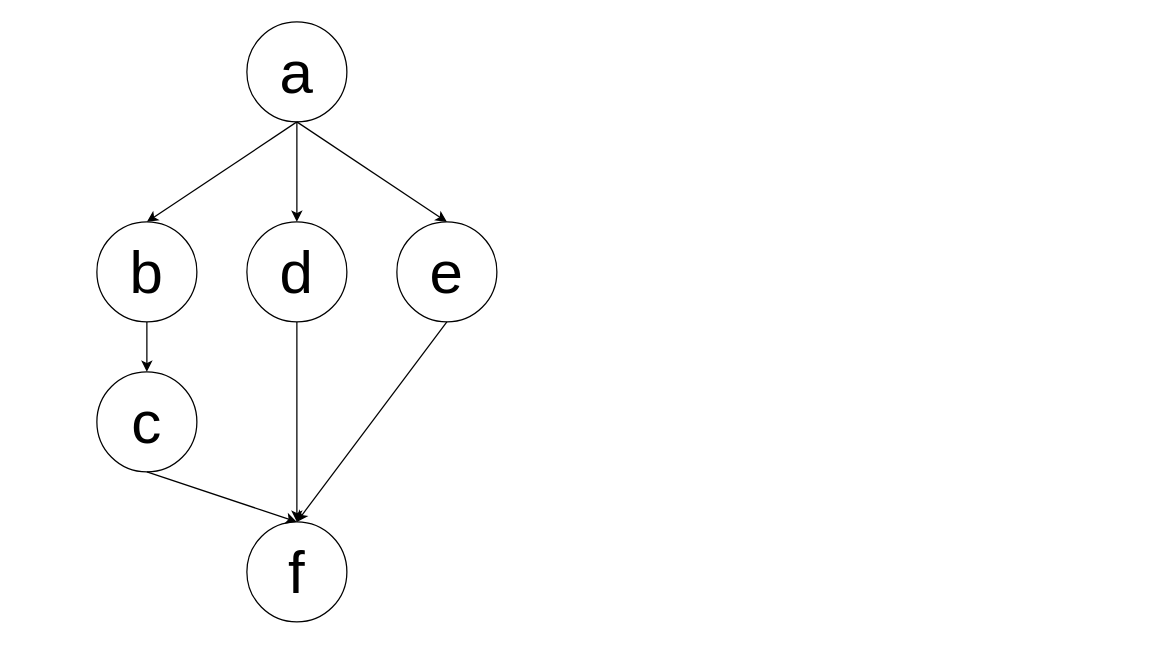
Above: DFG.drawio in 21km43/drawio (draw.io), before the change. Source tidied: cells renumbered, new cells numbered last; positions are measured from the earlier drawing's top-left corner, leaving out a move shared by most shapes. Both pictures are drawn from the tidied source at 125%, with x=0, y=0 at pixel (96, 21).
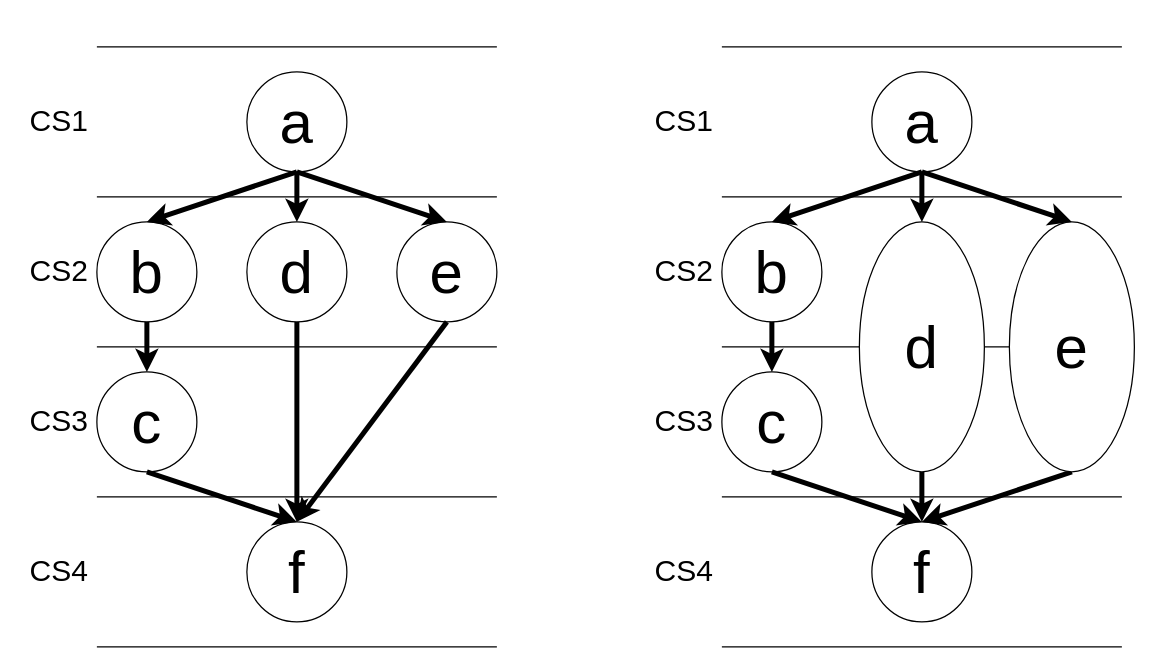
Above is the later version.

Commit message (it also covers changes not shown here):
DFG.drawio を更新します

Unchanged cells that the change refers to:
```xml
<mxCell id="2" value="&lt;font style=&quot;font-size: 48px;&quot;&gt;b&lt;/font&gt;" style="ellipse;whiteSpace=wrap;html=1;" parent="1" vertex="1">
  <mxGeometry y="160" width="80" height="80" as="geometry" />
</mxCell>
<mxCell id="4" value="&lt;font style=&quot;font-size: 48px;&quot;&gt;c&lt;/font&gt;" style="ellipse;whiteSpace=wrap;html=1;" parent="1" vertex="1">
  <mxGeometry y="280" width="80" height="80" as="geometry" />
</mxCell>
<mxCell id="5" value="&lt;font style=&quot;font-size: 48px;&quot;&gt;d&lt;/font&gt;" style="ellipse;whiteSpace=wrap;html=1;" parent="1" vertex="1">
  <mxGeometry x="120" y="160" width="80" height="80" as="geometry" />
</mxCell>
<mxCell id="6" value="&lt;font style=&quot;font-size: 48px;&quot;&gt;e&lt;/font&gt;" style="ellipse;whiteSpace=wrap;html=1;" parent="1" vertex="1">
  <mxGeometry x="240" y="160" width="80" height="80" as="geometry" />
</mxCell>
<mxCell id="7" value="&lt;font style=&quot;font-size: 48px;&quot;&gt;f&lt;/font&gt;" style="ellipse;whiteSpace=wrap;html=1;" parent="1" vertex="1">
  <mxGeometry x="120" y="400" width="80" height="80" as="geometry" />
</mxCell>
```

Diff of the diagram source:
```diff
@@
     <mxCell id="3" value="&lt;font style=&quot;font-size: 48px;&quot;&gt;a&lt;/font&gt;" style="ellipse;whiteSpace=wrap;html=1;" parent="1" vertex="1">
-      <mxGeometry x="120" width="80" height="80" as="geometry" />
+      <mxGeometry x="120" y="40" width="80" height="80" as="geometry" />
     </mxCell>
@@
-    <mxCell id="8" style="endArrow=classic;html=1;rounded=0;exitX=0.5;exitY=1;exitDx=0;exitDy=0;entryX=0.5;entryY=0;entryDx=0;entryDy=0;" parent="1" edge="1" source="3" target="2">
+    <mxCell id="8" style="endArrow=classic;html=1;rounded=0;exitX=0.5;exitY=1;exitDx=0;exitDy=0;entryX=0.5;entryY=0;entryDx=0;entryDy=0;strokeWidth=4;" parent="1" edge="1" source="3" target="2">
       <mxGeometry relative="1" as="geometry" />
     </mxCell>
-    <mxCell id="9" style="endArrow=classic;html=1;rounded=0;entryX=0.5;entryY=0;entryDx=0;entryDy=0;" parent="1" edge="1" target="5">
+    <mxCell id="9" style="endArrow=classic;html=1;rounded=0;entryX=0.5;entryY=0;entryDx=0;entryDy=0;strokeWidth=4;" parent="1" edge="1" target="5">
       <mxGeometry relative="1" as="geometry">
-        <mxPoint x="160" y="80" as="sourcePoint" />
+        <mxPoint x="160" y="120" as="sourcePoint" />
       </mxGeometry>
     </mxCell>
-    <mxCell id="10" style="endArrow=classic;html=1;rounded=0;exitX=0.5;exitY=1;exitDx=0;exitDy=0;entryX=0.5;entryY=0;entryDx=0;entryDy=0;" parent="1" edge="1" source="3" target="6">
+    <mxCell id="10" style="endArrow=classic;html=1;rounded=0;exitX=0.5;exitY=1;exitDx=0;exitDy=0;entryX=0.5;entryY=0;entryDx=0;entryDy=0;strokeWidth=4;" parent="1" edge="1" source="3" target="6">
       <mxGeometry relative="1" as="geometry" />
     </mxCell>
-    <mxCell id="11" style="endArrow=classic;html=1;rounded=0;exitX=0.5;exitY=1;exitDx=0;exitDy=0;entryX=0.5;entryY=0;entryDx=0;entryDy=0;" parent="1" edge="1" source="2" target="4">
+    <mxCell id="11" style="endArrow=classic;html=1;rounded=0;exitX=0.5;exitY=1;exitDx=0;exitDy=0;entryX=0.5;entryY=0;entryDx=0;entryDy=0;strokeWidth=4;" parent="1" edge="1" source="2" target="4">
       <mxGeometry relative="1" as="geometry" />
     </mxCell>
-    <mxCell id="12" style="endArrow=classic;html=1;rounded=0;exitX=0.5;exitY=1;exitDx=0;exitDy=0;entryX=0.5;entryY=0;entryDx=0;entryDy=0;" parent="1" edge="1" source="4" target="7">
+    <mxCell id="12" style="endArrow=classic;html=1;rounded=0;exitX=0.5;exitY=1;exitDx=0;exitDy=0;entryX=0.5;entryY=0;entryDx=0;entryDy=0;strokeWidth=4;" parent="1" edge="1" source="4" target="7">
       <mxGeometry relative="1" as="geometry" />
     </mxCell>
-    <mxCell id="13" style="endArrow=classic;html=1;rounded=0;exitX=0.5;exitY=1;exitDx=0;exitDy=0;entryX=0.5;entryY=0;entryDx=0;entryDy=0;" parent="1" edge="1" source="5" target="7">
+    <mxCell id="13" style="endArrow=classic;html=1;rounded=0;exitX=0.5;exitY=1;exitDx=0;exitDy=0;entryX=0.5;entryY=0;entryDx=0;entryDy=0;strokeWidth=4;" parent="1" edge="1" source="5" target="7">
       <mxGeometry relative="1" as="geometry" />
     </mxCell>
-    <mxCell id="14" style="endArrow=classic;html=1;rounded=0;exitX=0.5;exitY=1;exitDx=0;exitDy=0;entryX=0.5;entryY=0;entryDx=0;entryDy=0;" parent="1" edge="1" source="6" target="7">
+    <mxCell id="14" style="endArrow=classic;html=1;rounded=0;exitX=0.5;exitY=1;exitDx=0;exitDy=0;entryX=0.5;entryY=0;entryDx=0;entryDy=0;strokeWidth=4;" parent="1" edge="1" source="6" target="7">
       <mxGeometry relative="1" as="geometry" />
     </mxCell>
+    <mxCell id="15" style="endArrow=none;html=1;rounded=0;" parent="1" edge="1">
+      <mxGeometry relative="1" as="geometry">
+        <mxPoint y="20" as="sourcePoint" />
+        <mxPoint x="320" y="20" as="targetPoint" />
+      </mxGeometry>
+    </mxCell>
+    <mxCell id="16" style="endArrow=none;html=1;rounded=0;" parent="1" edge="1">
+      <mxGeometry relative="1" as="geometry">
+        <mxPoint y="140" as="sourcePoint" />
+        <mxPoint x="320" y="140" as="targetPoint" />
+      </mxGeometry>
+    </mxCell>
+    <mxCell id="17" style="endArrow=none;html=1;rounded=0;" parent="1" edge="1">
+      <mxGeometry relative="1" as="geometry">
+        <mxPoint y="260" as="sourcePoint" />
+        <mxPoint x="320" y="260" as="targetPoint" />
+      </mxGeometry>
+    </mxCell>
+    <mxCell id="18" style="endArrow=none;html=1;rounded=0;" parent="1" edge="1">
+      <mxGeometry relative="1" as="geometry">
+        <mxPoint y="380" as="sourcePoint" />
+        <mxPoint x="320" y="380" as="targetPoint" />
+      </mxGeometry>
+    </mxCell>
+    <mxCell id="19" style="endArrow=none;html=1;rounded=0;" parent="1" edge="1">
+      <mxGeometry relative="1" as="geometry">
+        <mxPoint y="500" as="sourcePoint" />
+        <mxPoint x="320" y="500" as="targetPoint" />
+      </mxGeometry>
+    </mxCell>
+    <mxCell id="20" value="&lt;font style=&quot;font-size: 24px;&quot;&gt;CS1&lt;/font&gt;" style="text;strokeColor=none;align=center;fillColor=none;html=1;verticalAlign=middle;whiteSpace=wrap;rounded=0;" parent="1" vertex="1">
+      <mxGeometry x="-60" y="65" width="60" height="30" as="geometry" />
+    </mxCell>
+    <mxCell id="21" value="&lt;font style=&quot;font-size: 24px;&quot;&gt;CS2&lt;/font&gt;" style="text;strokeColor=none;align=center;fillColor=none;html=1;verticalAlign=middle;whiteSpace=wrap;rounded=0;" parent="1" vertex="1">
+      <mxGeometry x="-60" y="185" width="60" height="30" as="geometry" />
+    </mxCell>
+    <mxCell id="22" value="&lt;font style=&quot;font-size: 24px;&quot;&gt;CS3&lt;/font&gt;" style="text;strokeColor=none;align=center;fillColor=none;html=1;verticalAlign=middle;whiteSpace=wrap;rounded=0;" parent="1" vertex="1">
+      <mxGeometry x="-60" y="305" width="60" height="30" as="geometry" />
+    </mxCell>
+    <mxCell id="23" value="&lt;font style=&quot;font-size: 24px;&quot;&gt;CS4&lt;/font&gt;" style="text;strokeColor=none;align=center;fillColor=none;html=1;verticalAlign=middle;whiteSpace=wrap;rounded=0;" parent="1" vertex="1">
+      <mxGeometry x="-60" y="425" width="60" height="30" as="geometry" />
+    </mxCell>
+    <mxCell id="24" value="&lt;font style=&quot;font-size: 48px;&quot;&gt;b&lt;/font&gt;" style="ellipse;whiteSpace=wrap;html=1;" parent="1" vertex="1">
+      <mxGeometry x="500" y="160" width="80" height="80" as="geometry" />
+    </mxCell>
+    <mxCell id="25" value="&lt;font style=&quot;font-size: 48px;&quot;&gt;a&lt;/font&gt;" style="ellipse;whiteSpace=wrap;html=1;" parent="1" vertex="1">
+      <mxGeometry x="620" y="40" width="80" height="80" as="geometry" />
+    </mxCell>
+    <mxCell id="26" value="&lt;font style=&quot;font-size: 48px;&quot;&gt;c&lt;/font&gt;" style="ellipse;whiteSpace=wrap;html=1;" parent="1" vertex="1">
+      <mxGeometry x="500" y="280" width="80" height="80" as="geometry" />
+    </mxCell>
+    <mxCell id="27" value="&lt;font style=&quot;font-size: 48px;&quot;&gt;f&lt;/font&gt;" style="ellipse;whiteSpace=wrap;html=1;" parent="1" vertex="1">
+      <mxGeometry x="620" y="400" width="80" height="80" as="geometry" />
+    </mxCell>
+    <mxCell id="28" style="endArrow=classic;html=1;rounded=0;exitX=0.5;exitY=1;exitDx=0;exitDy=0;entryX=0.5;entryY=0;entryDx=0;entryDy=0;strokeWidth=4;" parent="1" edge="1" source="25" target="24">
+      <mxGeometry relative="1" as="geometry" />
+    </mxCell>
+    <mxCell id="29" style="endArrow=classic;html=1;rounded=0;entryX=0.5;entryY=0;entryDx=0;entryDy=0;strokeWidth=4;" parent="1" edge="1">
+      <mxGeometry relative="1" as="geometry">
+        <mxPoint x="660" y="120" as="sourcePoint" />
+        <mxPoint x="660" y="160" as="targetPoint" />
+      </mxGeometry>
+    </mxCell>
+    <mxCell id="30" style="endArrow=classic;html=1;rounded=0;exitX=0.5;exitY=1;exitDx=0;exitDy=0;entryX=0.5;entryY=0;entryDx=0;entryDy=0;strokeWidth=4;" parent="1" edge="1" source="25">
+      <mxGeometry relative="1" as="geometry">
+        <mxPoint x="780" y="160" as="targetPoint" />
+      </mxGeometry>
+    </mxCell>
+    <mxCell id="31" style="endArrow=classic;html=1;rounded=0;exitX=0.5;exitY=1;exitDx=0;exitDy=0;entryX=0.5;entryY=0;entryDx=0;entryDy=0;strokeWidth=4;" parent="1" edge="1" source="24" target="26">
+      <mxGeometry relative="1" as="geometry" />
+    </mxCell>
+    <mxCell id="32" style="endArrow=classic;html=1;rounded=0;exitX=0.5;exitY=1;exitDx=0;exitDy=0;entryX=0.5;entryY=0;entryDx=0;entryDy=0;strokeWidth=4;" parent="1" edge="1" source="26" target="27">
+      <mxGeometry relative="1" as="geometry" />
+    </mxCell>
+    <mxCell id="33" style="endArrow=classic;html=1;rounded=0;entryX=0.5;entryY=0;entryDx=0;entryDy=0;strokeWidth=4;" parent="1" edge="1" target="27">
+      <mxGeometry relative="1" as="geometry">
+        <mxPoint x="660" y="360" as="sourcePoint" />
+      </mxGeometry>
+    </mxCell>
+    <mxCell id="34" style="endArrow=classic;html=1;rounded=0;entryX=0.5;entryY=0;entryDx=0;entryDy=0;strokeWidth=4;" parent="1" edge="1" target="27">
+      <mxGeometry relative="1" as="geometry">
+        <mxPoint x="780" y="360" as="sourcePoint" />
+      </mxGeometry>
+    </mxCell>
+    <mxCell id="35" style="endArrow=none;html=1;rounded=0;" parent="1" edge="1">
+      <mxGeometry relative="1" as="geometry">
+        <mxPoint x="500" y="20" as="sourcePoint" />
+        <mxPoint x="820" y="20" as="targetPoint" />
+      </mxGeometry>
+    </mxCell>
+    <mxCell id="36" style="endArrow=none;html=1;rounded=0;" parent="1" edge="1">
+      <mxGeometry relative="1" as="geometry">
+        <mxPoint x="500" y="140" as="sourcePoint" />
+        <mxPoint x="820" y="140" as="targetPoint" />
+      </mxGeometry>
+    </mxCell>
+    <mxCell id="37" style="endArrow=none;html=1;rounded=0;" parent="1" edge="1">
+      <mxGeometry relative="1" as="geometry">
+        <mxPoint x="500" y="260" as="sourcePoint" />
+        <mxPoint x="820" y="260" as="targetPoint" />
+      </mxGeometry>
+    </mxCell>
+    <mxCell id="38" style="endArrow=none;html=1;rounded=0;" parent="1" edge="1">
+      <mxGeometry relative="1" as="geometry">
+        <mxPoint x="500" y="380" as="sourcePoint" />
+        <mxPoint x="820" y="380" as="targetPoint" />
+      </mxGeometry>
+    </mxCell>
+    <mxCell id="39" style="endArrow=none;html=1;rounded=0;" parent="1" edge="1">
+      <mxGeometry relative="1" as="geometry">
+        <mxPoint x="500" y="500" as="sourcePoint" />
+        <mxPoint x="820" y="500" as="targetPoint" />
+      </mxGeometry>
+    </mxCell>
+    <mxCell id="40" value="&lt;font style=&quot;font-size: 24px;&quot;&gt;CS1&lt;/font&gt;" style="text;strokeColor=none;align=center;fillColor=none;html=1;verticalAlign=middle;whiteSpace=wrap;rounded=0;" parent="1" vertex="1">
+      <mxGeometry x="440" y="65" width="60" height="30" as="geometry" />
+    </mxCell>
+    <mxCell id="41" value="&lt;font style=&quot;font-size: 24px;&quot;&gt;CS2&lt;/font&gt;" style="text;strokeColor=none;align=center;fillColor=none;html=1;verticalAlign=middle;whiteSpace=wrap;rounded=0;" parent="1" vertex="1">
+      <mxGeometry x="440" y="185" width="60" height="30" as="geometry" />
+    </mxCell>
+    <mxCell id="42" value="&lt;font style=&quot;font-size: 24px;&quot;&gt;CS3&lt;/font&gt;" style="text;strokeColor=none;align=center;fillColor=none;html=1;verticalAlign=middle;whiteSpace=wrap;rounded=0;" parent="1" vertex="1">
+      <mxGeometry x="440" y="305" width="60" height="30" as="geometry" />
+    </mxCell>
+    <mxCell id="43" value="&lt;font style=&quot;font-size: 24px;&quot;&gt;CS4&lt;/font&gt;" style="text;strokeColor=none;align=center;fillColor=none;html=1;verticalAlign=middle;whiteSpace=wrap;rounded=0;" parent="1" vertex="1">
+      <mxGeometry x="440" y="425" width="60" height="30" as="geometry" />
+    </mxCell>
+    <mxCell id="44" value="&lt;font style=&quot;font-size: 48px;&quot;&gt;d&lt;/font&gt;" style="ellipse;whiteSpace=wrap;html=1;" parent="1" vertex="1">
+      <mxGeometry x="610" y="160" width="100" height="200" as="geometry" />
+    </mxCell>
+    <mxCell id="45" value="&lt;font style=&quot;font-size: 48px;&quot;&gt;e&lt;/font&gt;" style="ellipse;whiteSpace=wrap;html=1;" parent="1" vertex="1">
+      <mxGeometry x="730" y="160" width="100" height="200" as="geometry" />
+    </mxCell>
```
